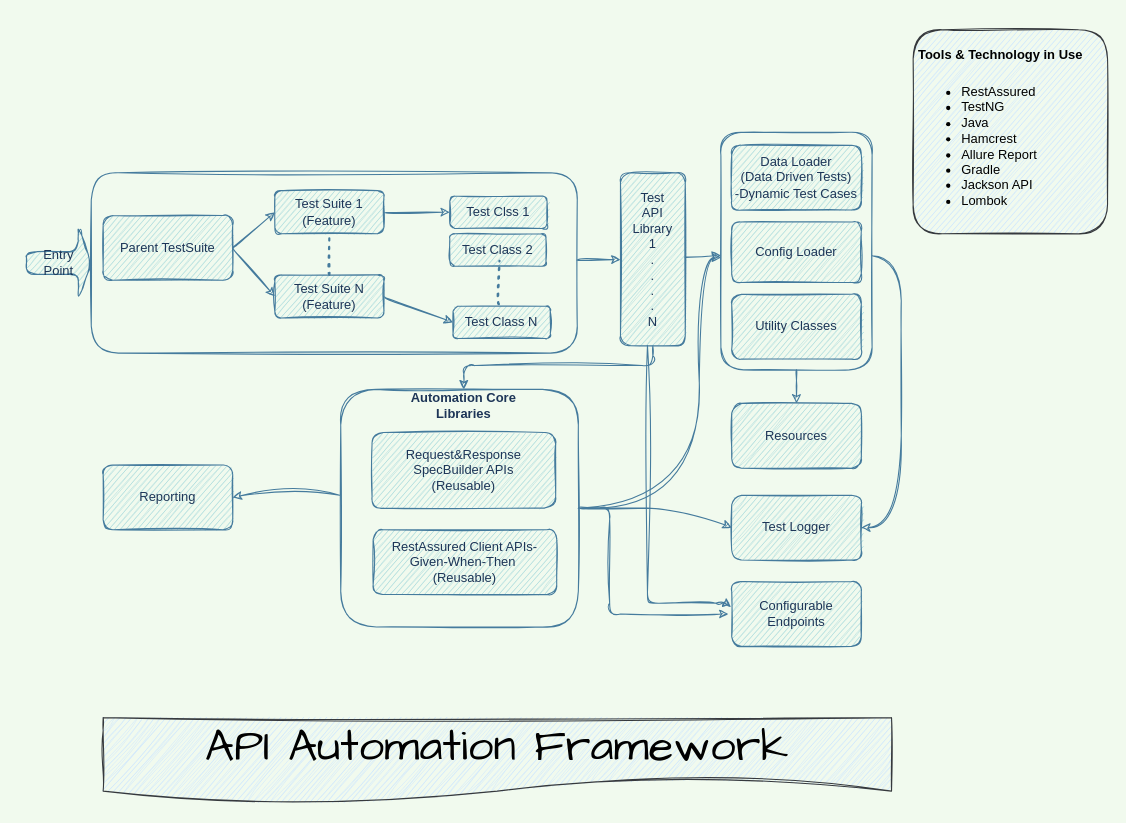
Before: page "Page-1" (1 of 2) of framework/IntegrationTest Framework-v1.drawio in ashokmazumder/adobe, a draw.io diagram. Source tidied: cells renumbered, new cells numbered last; positions are measured from the earlier drawing's top-left corner, leaving out a move shared by most shapes. Both pictures are drawn from the tidied source at 108%, with x=0, y=0 at pixel (26, 29).
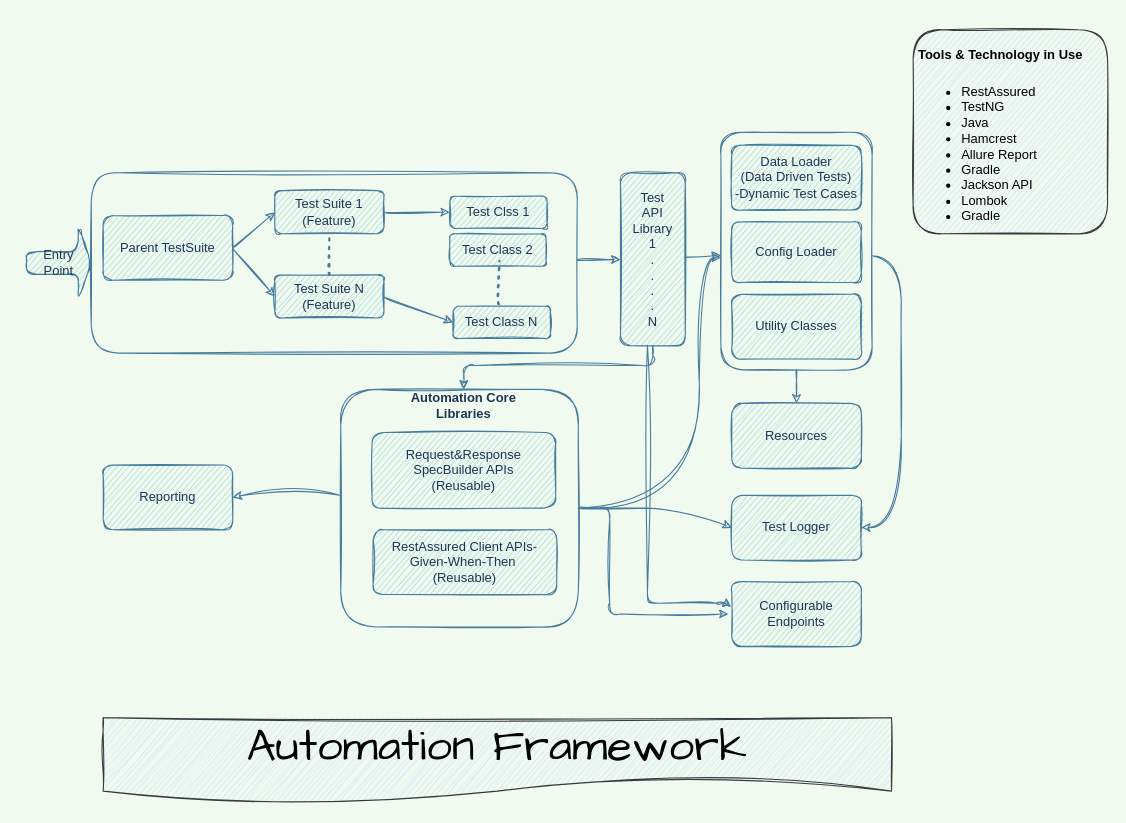
After the change.

What changed in the source:
```diff
@@
-    <mxCell id="15" value="&lt;h1&gt;&lt;font style=&quot;font-size: 12px;&quot;&gt;Tools &amp;amp; Technology in Use&lt;/font&gt;&lt;/h1&gt;&lt;div&gt;&lt;ul&gt;&lt;li&gt;&lt;font style=&quot;font-size: 12px;&quot;&gt;RestAssured&lt;/font&gt;&lt;/li&gt;&lt;li&gt;&lt;font style=&quot;font-size: 12px;&quot;&gt;TestNG&lt;br&gt;&lt;/font&gt;&lt;/li&gt;&lt;li&gt;&lt;font style=&quot;font-size: 12px;&quot;&gt;Java&lt;/font&gt;&lt;/li&gt;&lt;li&gt;&lt;font style=&quot;font-size: 12px;&quot;&gt;Hamcrest&lt;/font&gt;&lt;/li&gt;&lt;li&gt;&lt;font style=&quot;font-size: 12px;&quot;&gt;Allure Report&lt;/font&gt;&lt;/li&gt;&lt;li&gt;&lt;font style=&quot;font-size: 12px;&quot;&gt;Gradle&lt;/font&gt;&lt;/li&gt;&lt;li&gt;&lt;font style=&quot;font-size: 12px;&quot;&gt;Jackson API&lt;/font&gt;&lt;/li&gt;&lt;li&gt;&lt;font style=&quot;font-size: 12px;&quot;&gt;Lombok&lt;/font&gt;&lt;/li&gt;&lt;/ul&gt;&lt;/div&gt;&lt;div&gt;&lt;font size=&quot;3&quot;&gt;&lt;br&gt;&lt;/font&gt;&lt;/div&gt;" style="text;html=1;strokeColor=#36393d;fillColor=#cce5ff;spacing=5;spacingTop=-20;whiteSpace=wrap;overflow=hidden;rounded=1;sketch=1;fontFamily=Helvetica;" parent="1" vertex="1">
+    <mxCell id="15" value="&lt;h1&gt;&lt;font style=&quot;font-size: 12px;&quot;&gt;Tools &amp;amp; Technology in Use&lt;/font&gt;&lt;/h1&gt;&lt;div&gt;&lt;ul&gt;&lt;li&gt;&lt;font style=&quot;font-size: 12px;&quot;&gt;RestAssured&lt;/font&gt;&lt;/li&gt;&lt;li&gt;&lt;font style=&quot;font-size: 12px;&quot;&gt;TestNG&lt;br&gt;&lt;/font&gt;&lt;/li&gt;&lt;li&gt;&lt;font style=&quot;font-size: 12px;&quot;&gt;Java&lt;/font&gt;&lt;/li&gt;&lt;li&gt;&lt;font style=&quot;font-size: 12px;&quot;&gt;Hamcrest&lt;/font&gt;&lt;/li&gt;&lt;li&gt;&lt;font style=&quot;font-size: 12px;&quot;&gt;Allure Report&lt;/font&gt;&lt;/li&gt;&lt;li&gt;&lt;font style=&quot;font-size: 12px;&quot;&gt;Gradle&lt;/font&gt;&lt;/li&gt;&lt;li&gt;&lt;font style=&quot;font-size: 12px;&quot;&gt;Jackson API&lt;/font&gt;&lt;/li&gt;&lt;li&gt;&lt;font style=&quot;font-size: 12px;&quot;&gt;Lombok&lt;/font&gt;&lt;/li&gt;&lt;li&gt;&lt;font style=&quot;font-size: 12px;&quot;&gt;Gradle&lt;/font&gt;&lt;/li&gt;&lt;/ul&gt;&lt;/div&gt;&lt;div&gt;&lt;font size=&quot;3&quot;&gt;&lt;br&gt;&lt;/font&gt;&lt;/div&gt;" style="text;html=1;strokeColor=#36393d;fillColor=#cce5ff;spacing=5;spacingTop=-20;whiteSpace=wrap;overflow=hidden;rounded=1;sketch=1;fontFamily=Helvetica;" parent="1" vertex="1">
       <mxGeometry x="821" width="180" height="189" as="geometry" />
     </mxCell>
@@
-    <mxCell id="42" value="&lt;font style=&quot;font-size: 42px;&quot;&gt;API Automation Framework&lt;/font&gt;" style="shape=document;whiteSpace=wrap;html=1;boundedLbl=1;rounded=1;sketch=1;hachureGap=4;jiggle=2;strokeColor=#36393d;fontFamily=Comic Sans MS;fontSize=12;fillColor=#cce5ff;" parent="1" vertex="1">
+    <mxCell id="42" value="&lt;font style=&quot;font-size: 42px;&quot;&gt;Automation Framework&lt;/font&gt;" style="shape=document;whiteSpace=wrap;html=1;boundedLbl=1;rounded=1;sketch=1;hachureGap=4;jiggle=2;strokeColor=#36393d;fontFamily=Comic Sans MS;fontSize=12;fillColor=#cce5ff;" parent="1" vertex="1">
       <mxGeometry x="71" y="637" width="730" height="80" as="geometry" />
     </mxCell>
```
